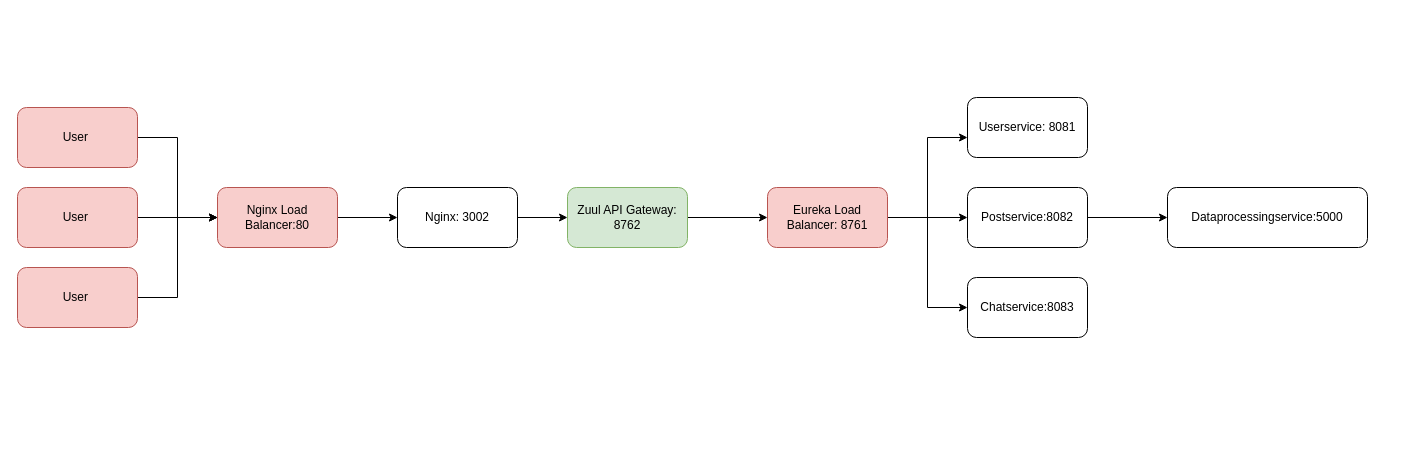
Before: Untitled Diagram.drawio in richiegengyuxiang/springcloud-microservices, a draw.io diagram. Source tidied: cells renumbered, new cells numbered last; positions are measured from the earlier drawing's top-left corner, leaving out a move shared by most shapes. Both pictures are drawn from the tidied source at 100%, with x=0, y=0 at pixel (17, 97).
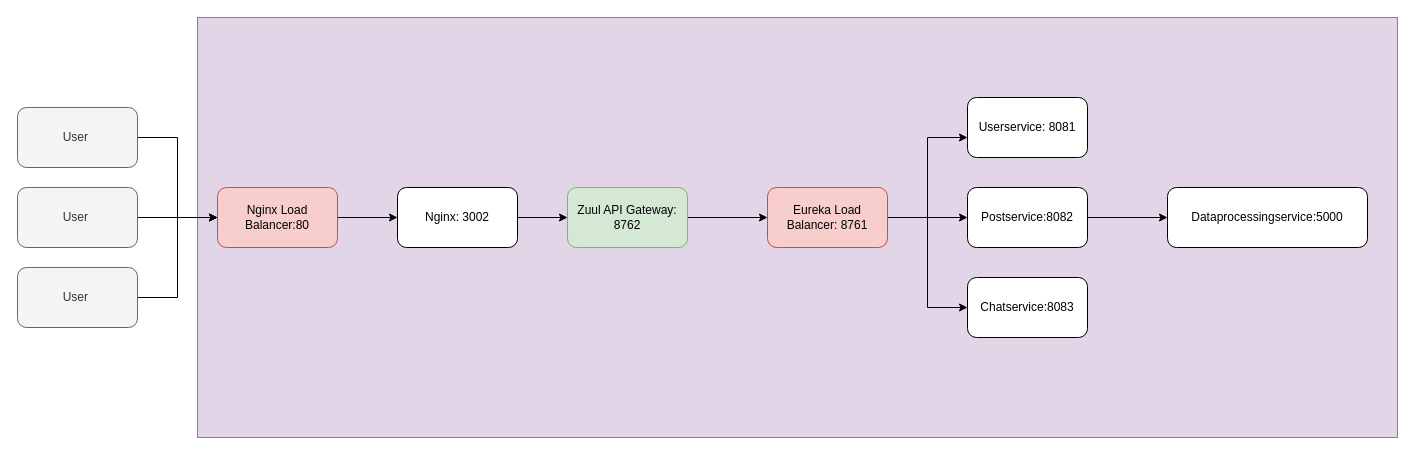
The same page after the edit.

The edit, as a diff of the source:
```diff
@@
+    <mxCell id="23" style="rounded=0;whiteSpace=wrap;html=1;fillColor=#e1d5e7;strokeColor=#9673a6;" parent="1" vertex="1">
+      <mxGeometry x="180" y="-80" width="1200" height="420" as="geometry" />
+    </mxCell>
@@
-    <mxCell id="5" value="User&amp;nbsp;" style="rounded=1;whiteSpace=wrap;html=1;fillColor=#f8cecc;strokeColor=#b85450;" parent="1" vertex="1">
+    <mxCell id="5" value="User&amp;nbsp;" style="rounded=1;whiteSpace=wrap;html=1;fillColor=#f5f5f5;strokeColor=#666666;fontColor=#333333;" parent="1" vertex="1">
       <mxGeometry y="10" width="120" height="60" as="geometry" />
     </mxCell>
@@
-    <mxCell id="20" value="User&amp;nbsp;" style="rounded=1;whiteSpace=wrap;html=1;fillColor=#f8cecc;strokeColor=#b85450;" parent="1" vertex="1">
+    <mxCell id="20" value="User&amp;nbsp;" style="rounded=1;whiteSpace=wrap;html=1;fillColor=#f5f5f5;strokeColor=#666666;fontColor=#333333;" parent="1" vertex="1">
       <mxGeometry y="90" width="120" height="60" as="geometry" />
     </mxCell>
@@
-    <mxCell id="22" value="User&amp;nbsp;" style="rounded=1;whiteSpace=wrap;html=1;fillColor=#f8cecc;strokeColor=#b85450;" parent="1" vertex="1">
+    <mxCell id="22" value="User&amp;nbsp;" style="rounded=1;whiteSpace=wrap;html=1;fillColor=#f5f5f5;strokeColor=#666666;fontColor=#333333;" parent="1" vertex="1">
       <mxGeometry y="170" width="120" height="60" as="geometry" />
     </mxCell>
```
